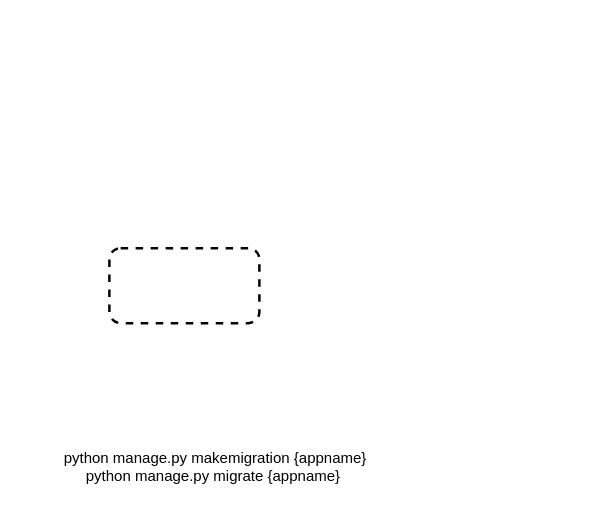
Before: page "Page-3" (3 of 3) of assets/drawio/rest_framework.drawio in atanx/atanx.github.io, a draw.io diagram. Source tidied: cells renumbered, new cells numbered last; positions are measured from the earlier drawing's top-left corner, leaving out a move shared by most shapes. Both pictures are drawn from the tidied source at 125%, with x=0, y=0 at pixel (21, 248).
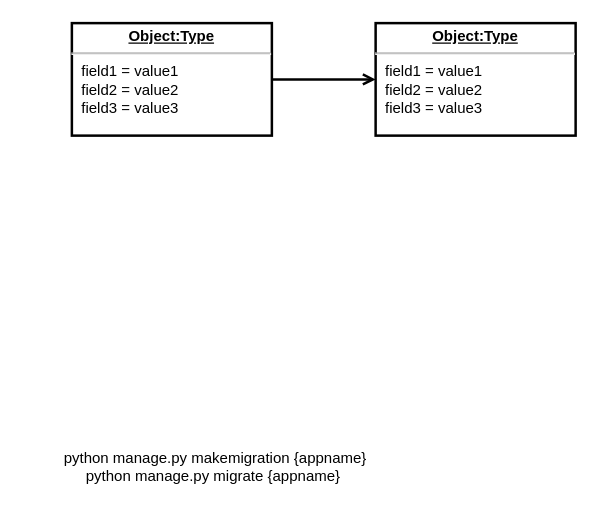
The same page after the edit.

The edit, as a diff of the source:
```diff
@@
 <mxGraphModel>
   <root>
     <mxCell id="0" />
     <mxCell id="1" parent="0" />
-    <mxCell id="2" style="rounded=1;whiteSpace=wrap;html=1;shadow=0;dashed=1;strokeWidth=2;fontSize=12;align=center;" parent="1" vertex="1">
-      <mxGeometry x="70" width="120" height="60" as="geometry" />
-    </mxCell>
     <mxCell id="3" value="python manage.py makemigration {appname}&lt;br&gt;python manage.py migrate {appname}&amp;nbsp;" style="text;html=1;strokeColor=none;fillColor=none;align=center;verticalAlign=middle;whiteSpace=wrap;rounded=0;shadow=0;dashed=1;fontSize=12;" parent="1" vertex="1">
       <mxGeometry y="150" width="310" height="50" as="geometry" />
     </mxCell>
+    <mxCell id="4" style="edgeStyle=orthogonalEdgeStyle;curved=1;rounded=0;jettySize=auto;html=1;exitX=1;exitY=0.5;exitDx=0;exitDy=0;entryX=0;entryY=0.5;entryDx=0;entryDy=0;endArrow=open;endFill=0;strokeWidth=2;fontFamily=Helvetica;fontSize=16;fontColor=#000000;" parent="1" edge="1" source="5" target="6">
+      <mxGeometry relative="1" as="geometry" />
+    </mxCell>
+    <mxCell id="5" value="&lt;p style=&quot;margin:0px;margin-top:4px;text-align:center;text-decoration:underline;&quot;&gt;&lt;b&gt;Object:Type&lt;/b&gt;&lt;/p&gt;&lt;hr/&gt;&lt;p style=&quot;margin:0px;margin-left:8px;&quot;&gt;field1 = value1&lt;br/&gt;field2 = value2&lt;br&gt;field3 = value3&lt;/p&gt;" style="verticalAlign=top;align=left;overflow=fill;fontSize=12;fontFamily=Helvetica;html=1;shadow=0;strokeWidth=2;" parent="1" vertex="1">
+      <mxGeometry x="40" y="-180" width="160" height="90" as="geometry" />
+    </mxCell>
+    <mxCell id="6" value="&lt;p style=&quot;margin:0px;margin-top:4px;text-align:center;text-decoration:underline;&quot;&gt;&lt;b&gt;Object:Type&lt;/b&gt;&lt;/p&gt;&lt;hr/&gt;&lt;p style=&quot;margin:0px;margin-left:8px;&quot;&gt;field1 = value1&lt;br/&gt;field2 = value2&lt;br&gt;field3 = value3&lt;/p&gt;" style="verticalAlign=top;align=left;overflow=fill;fontSize=12;fontFamily=Helvetica;html=1;shadow=0;strokeWidth=2;" parent="1" vertex="1">
+      <mxGeometry x="283" y="-180" width="160" height="90" as="geometry" />
+    </mxCell>
   </root>
 </mxGraphModel>
```
